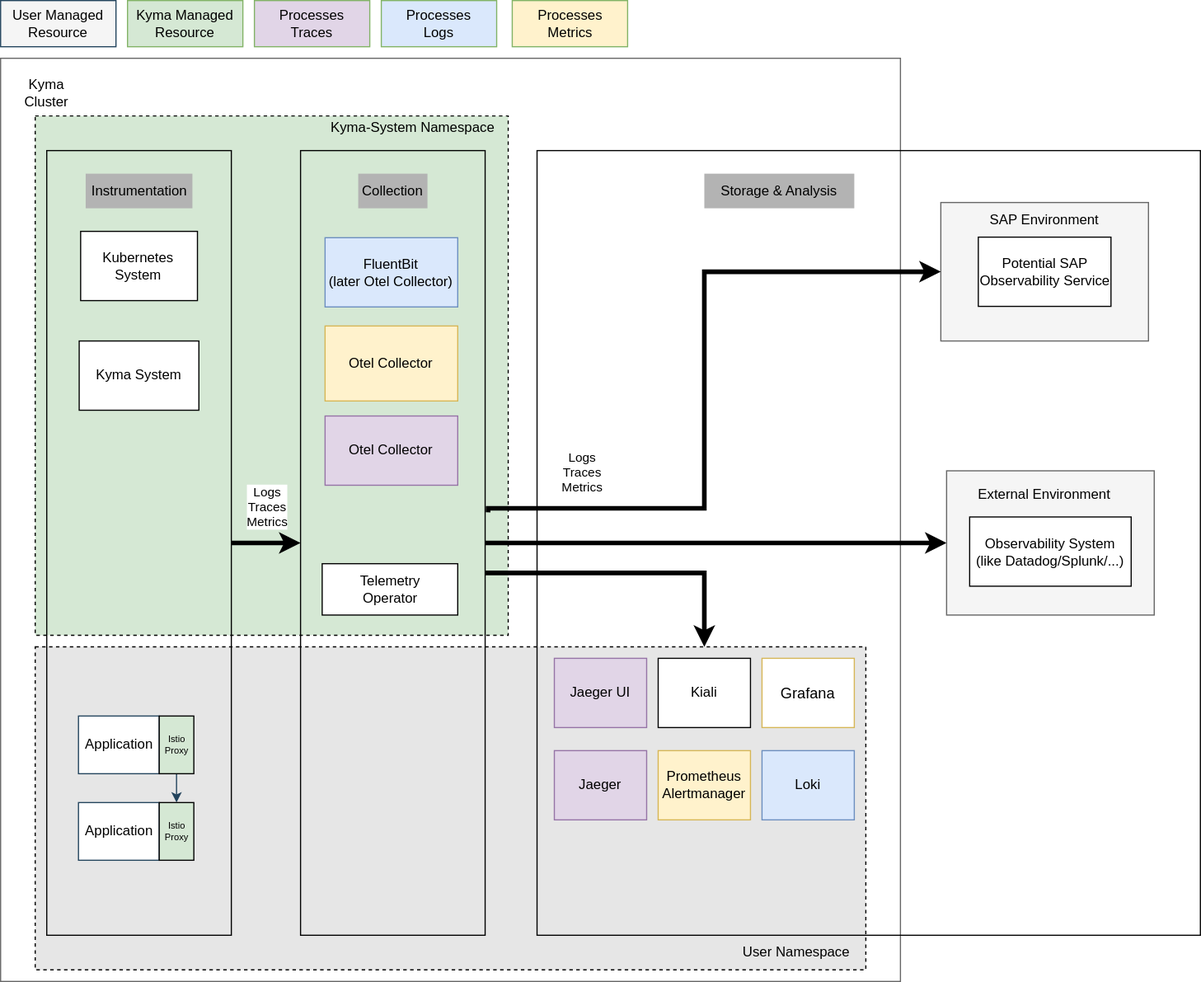
Earlier version of the draw.io export concepts/observability-strategy/assets/strategy-future.drawio.svg (kyma-project/community). Source tidied: cells renumbered, new cells last; positions are measured from the earlier drawing's top-left corner, leaving out a move shared by most shapes.
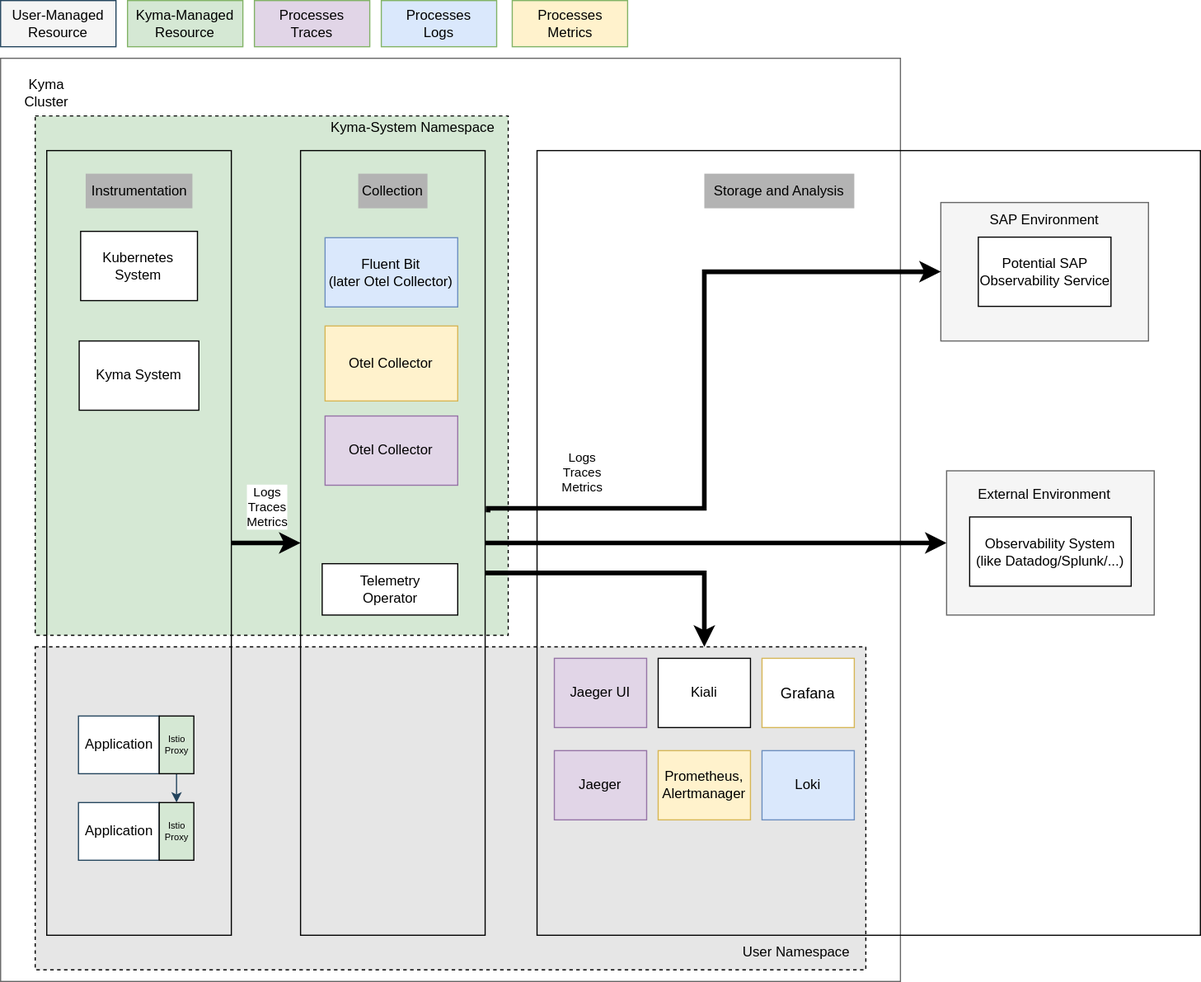
The same file after the commit.

The edit, as a diff of the source:
```diff
@@ -44,10 +44,10 @@
     <mxCell id="15" value="Kubernetes System" style="rounded=0;whiteSpace=wrap;html=1;fillColor=#FFFFFF;strokeColor=#000000;fontColor=#000000;" parent="1" vertex="1">
       <mxGeometry x="69.4" y="200" width="101.2" height="60" as="geometry" />
     </mxCell>
-    <mxCell id="16" value="User Managed Resource" style="rounded=0;whiteSpace=wrap;html=1;fillColor=#F5F5F5;strokeColor=#23445d;" parent="1" vertex="1">
+    <mxCell id="16" value="User-Managed Resource" style="rounded=0;whiteSpace=wrap;html=1;fillColor=#F5F5F5;strokeColor=#23445d;" parent="1" vertex="1">
       <mxGeometry width="100" height="40" as="geometry" />
     </mxCell>
-    <mxCell id="17" value="Kyma Managed Resource" style="rounded=0;whiteSpace=wrap;html=1;fillColor=#d5e8d4;strokeColor=#82b366;fontColor=#000000;" parent="1" vertex="1">
+    <mxCell id="17" value="Kyma-Managed Resource" style="rounded=0;whiteSpace=wrap;html=1;fillColor=#d5e8d4;strokeColor=#82b366;fontColor=#000000;" parent="1" vertex="1">
       <mxGeometry x="110" width="100" height="40" as="geometry" />
     </mxCell>
     <mxCell id="18" style="edgeStyle=orthogonalEdgeStyle;rounded=0;jettySize=auto;html=1;entryX=0;entryY=0.5;entryDx=0;entryDy=0;fillColor=#e1d5e7;strokeColor=#000000;strokeWidth=4;exitX=1;exitY=0.5;exitDx=0;exitDy=0;" parent="1" edge="1" source="5" target="21">
@@ -75,7 +75,7 @@
     <mxCell id="23" style="html=1;fillColor=none;" parent="1" vertex="1">
       <mxGeometry x="465" y="130" width="575" height="680" as="geometry" />
     </mxCell>
-    <mxCell id="24" value="&lt;span&gt;Storage &amp;amp; Analysis&lt;/span&gt;" style="text;html=1;strokeColor=none;fillColor=#B3B3B3;align=center;verticalAlign=middle;whiteSpace=wrap;rounded=0;" parent="1" vertex="1">
+    <mxCell id="24" value="&lt;span&gt;Storage and Analysis&lt;/span&gt;" style="text;html=1;strokeColor=none;fillColor=#B3B3B3;align=center;verticalAlign=middle;whiteSpace=wrap;rounded=0;" parent="1" vertex="1">
       <mxGeometry x="610" y="150" width="130" height="30" as="geometry" />
     </mxCell>
     <mxCell id="25" style="edgeStyle=orthogonalEdgeStyle;rounded=0;jettySize=auto;html=1;entryX=0;entryY=0.5;entryDx=0;entryDy=0;fillColor=#e1d5e7;strokeColor=#000000;strokeWidth=4;exitX=1;exitY=0.5;exitDx=0;exitDy=0;" parent="1" edge="1" source="21" target="39">
@@ -95,7 +95,7 @@
     <mxCell id="28" value="Processes&lt;br&gt;Metrics" style="rounded=0;whiteSpace=wrap;html=1;fillColor=#FFF2CC;strokeColor=#82b366;fontColor=#000000;" parent="1" vertex="1">
       <mxGeometry x="443.5" width="100" height="40" as="geometry" />
     </mxCell>
-    <mxCell id="29" value="FluentBit&lt;br&gt;(later Otel Collector)" style="rounded=0;whiteSpace=wrap;html=1;fillColor=#dae8fc;strokeColor=#6c8ebf;fontColor=#000000;" parent="1" vertex="1">
+    <mxCell id="29" value="Fluent Bit&lt;br&gt;(later Otel Collector)" style="rounded=0;whiteSpace=wrap;html=1;fillColor=#dae8fc;strokeColor=#6c8ebf;fontColor=#000000;" parent="1" vertex="1">
       <mxGeometry x="281.2" y="205.5" width="115" height="60" as="geometry" />
     </mxCell>
     <mxCell id="30" value="Otel Collector" style="rounded=0;whiteSpace=wrap;html=1;fillColor=#fff2cc;strokeColor=#d6b656;fontColor=#000000;" parent="1" vertex="1">
@@ -104,7 +104,7 @@
     <mxCell id="31" value="Otel Collector" style="rounded=0;whiteSpace=wrap;html=1;fillColor=#e1d5e7;strokeColor=#9673a6;fontColor=#000000;" parent="1" vertex="1">
       <mxGeometry x="281.2" y="360" width="115" height="60" as="geometry" />
     </mxCell>
-    <mxCell id="32" value="Prometheus&lt;br&gt;Alertmanager" style="rounded=0;whiteSpace=wrap;html=1;fillColor=#fff2cc;strokeColor=#d6b656;fontColor=#000000;" parent="1" vertex="1">
+    <mxCell id="32" value="Prometheus,&lt;br&gt;Alertmanager" style="rounded=0;whiteSpace=wrap;html=1;fillColor=#fff2cc;strokeColor=#d6b656;fontColor=#000000;" parent="1" vertex="1">
       <mxGeometry x="570" y="650" width="80" height="60" as="geometry" />
     </mxCell>
     <mxCell id="33" value="Loki" style="rounded=0;whiteSpace=wrap;html=1;fillColor=#dae8fc;strokeColor=#6c8ebf;fontColor=#000000;" parent="1" vertex="1">
```
